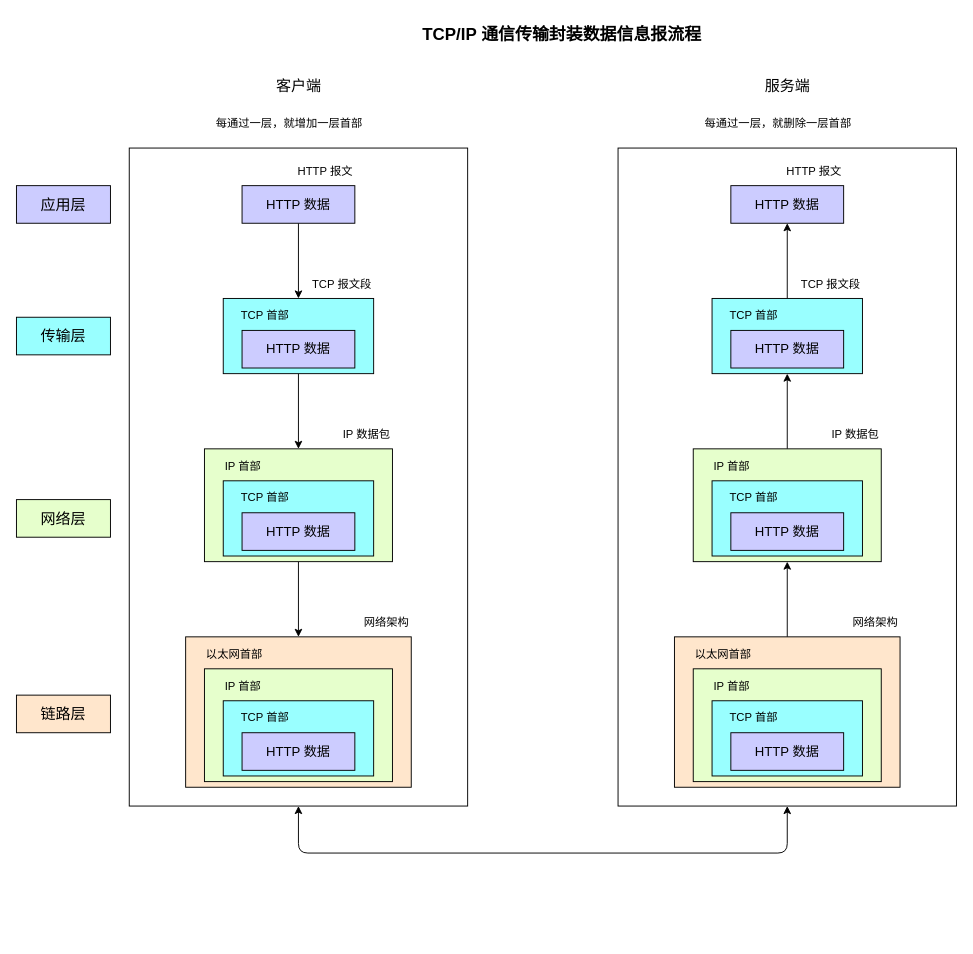
This is files/network/TCP_IP通信传输封装数据信息报流程.drawio from weizhiqimail/draw.io.repo, a draw.io file, before an edit. Source tidied: cells renumbered, new cells numbered last; positions are measured from the earlier drawing's top-left corner, leaving out a move shared by most shapes. Both pictures are drawn from the tidied source at 94%, with x=0, y=0 at pixel (16, 16).
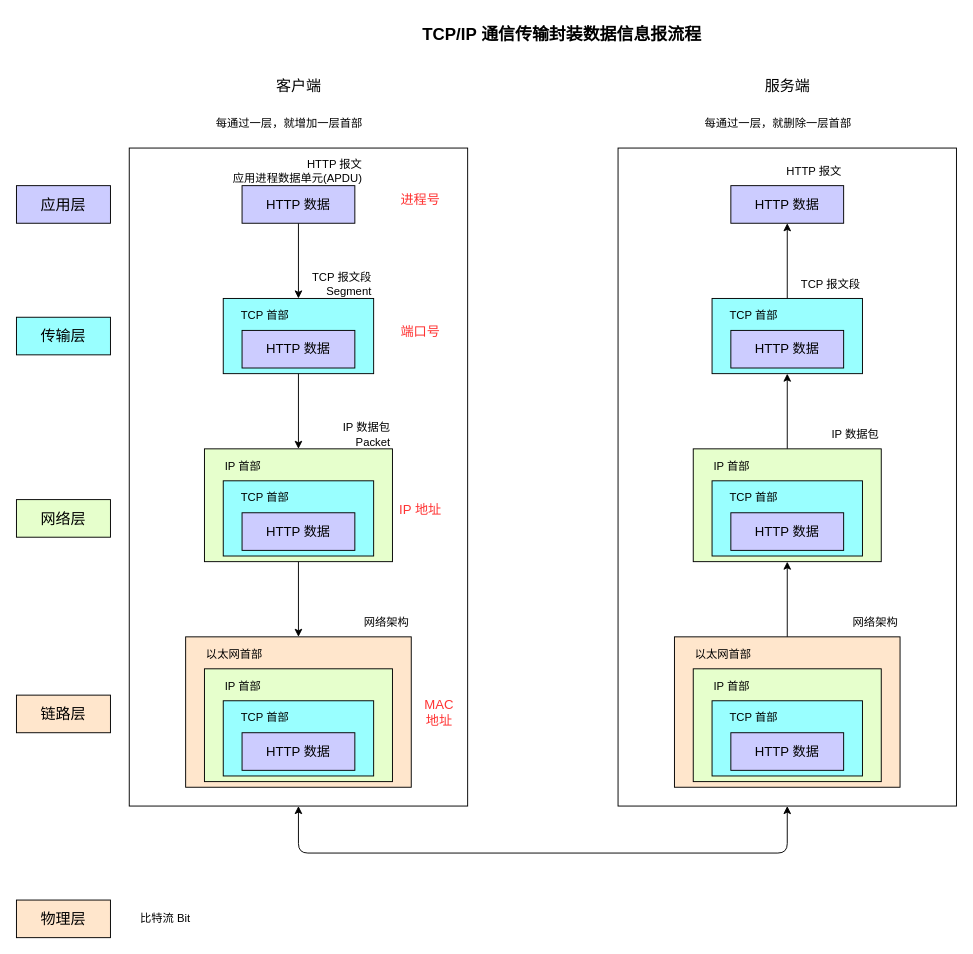
After the change.

Commit message:
Update TCP_IP通信传输封装数据信息报流程.drawio

Unchanged cells that the change refers to:
```xml
<mxCell id="9" style="group;" parent="1" vertex="1">
  <mxGeometry x="120" y="140" width="360" height="700" as="geometry" />
</mxCell>
```

Change to the diagram source:
```diff
@@
-    <mxCell id="13" value="HTTP 报文" style="text;html=1;align=right;verticalAlign=middle;whiteSpace=wrap;rounded=0;" parent="9" vertex="1">
-      <mxGeometry x="170" y="10" width="70" height="30" as="geometry" />
+    <mxCell id="13" value="HTTP 报文&lt;div&gt;应用进程数据单元(APDU)&lt;/div&gt;" style="text;html=1;align=right;verticalAlign=middle;whiteSpace=wrap;rounded=0;" parent="9" vertex="1">
+      <mxGeometry x="100" y="10" width="150" height="30" as="geometry" />
     </mxCell>
@@
-    <mxCell id="16" value="TCP 报文段" style="text;html=1;align=right;verticalAlign=middle;whiteSpace=wrap;rounded=0;" parent="9" vertex="1">
+    <mxCell id="16" value="TCP 报文段 Segment" style="text;html=1;align=right;verticalAlign=middle;whiteSpace=wrap;rounded=0;" parent="9" vertex="1">
       <mxGeometry x="190" y="130" width="70" height="30" as="geometry" />
     </mxCell>
@@
-    <mxCell id="21" value="IP 数据包" style="text;html=1;align=right;verticalAlign=middle;whiteSpace=wrap;rounded=0;" parent="9" vertex="1">
+    <mxCell id="21" value="IP 数据包Packet" style="text;html=1;align=right;verticalAlign=middle;whiteSpace=wrap;rounded=0;" parent="9" vertex="1">
       <mxGeometry x="210" y="290" width="70" height="30" as="geometry" />
     </mxCell>
@@
+    <mxCell id="61" value="&lt;font style=&quot;font-size: 14px; color: rgb(255, 51, 51);&quot;&gt;进程号&lt;/font&gt;" style="text;html=1;align=center;verticalAlign=middle;whiteSpace=wrap;rounded=0;" parent="9" vertex="1">
+      <mxGeometry x="280" y="40" width="60" height="30" as="geometry" />
+    </mxCell>
+    <mxCell id="62" value="&lt;font style=&quot;font-size: 14px; color: rgb(255, 51, 51);&quot;&gt;端口号&lt;/font&gt;" style="text;html=1;align=center;verticalAlign=middle;whiteSpace=wrap;rounded=0;" parent="9" vertex="1">
+      <mxGeometry x="280" y="180" width="60" height="30" as="geometry" />
+    </mxCell>
+    <mxCell id="63" value="&lt;font style=&quot;font-size: 14px; color: rgb(255, 51, 51);&quot;&gt;IP 地址&lt;/font&gt;" style="text;html=1;align=center;verticalAlign=middle;whiteSpace=wrap;rounded=0;" parent="9" vertex="1">
+      <mxGeometry x="280" y="370" width="60" height="30" as="geometry" />
+    </mxCell>
+    <mxCell id="64" value="&lt;font style=&quot;font-size: 14px; color: rgb(255, 51, 51);&quot;&gt;MAC&lt;/font&gt;&lt;div&gt;&lt;font style=&quot;font-size: 14px; color: rgb(255, 51, 51);&quot;&gt;地址&lt;/font&gt;&lt;/div&gt;" style="text;html=1;align=center;verticalAlign=middle;whiteSpace=wrap;rounded=0;" parent="9" vertex="1">
+      <mxGeometry x="300" y="585" width="60" height="30" as="geometry" />
+    </mxCell>
@@
+    <mxCell id="65" value="物理层" style="rounded=0;whiteSpace=wrap;html=1;fontSize=16;fillColor=#FFE6CC;" parent="1" vertex="1">
+      <mxGeometry y="940" width="100" height="40" as="geometry" />
+    </mxCell>
+    <mxCell id="66" value="比特流 Bit" style="text;html=1;align=left;verticalAlign=middle;whiteSpace=wrap;rounded=0;" parent="1" vertex="1">
+      <mxGeometry x="130" y="945" width="70" height="30" as="geometry" />
+    </mxCell>
```
